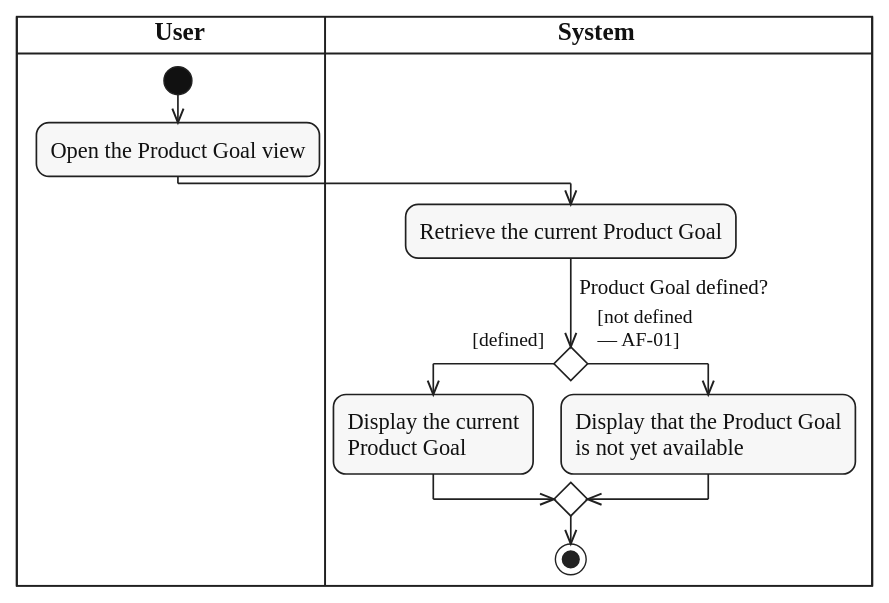
Before: diagrams/activity/product-backlog/svg/UC-PRODUCT-GOAL-VIEW.svg, a diagram exported from PlantUML (lukenab/swd392-doc-automation). Its source is kept beside it as diagrams/activity/product-backlog/source/UC-PRODUCT-GOAL-VIEW.puml.
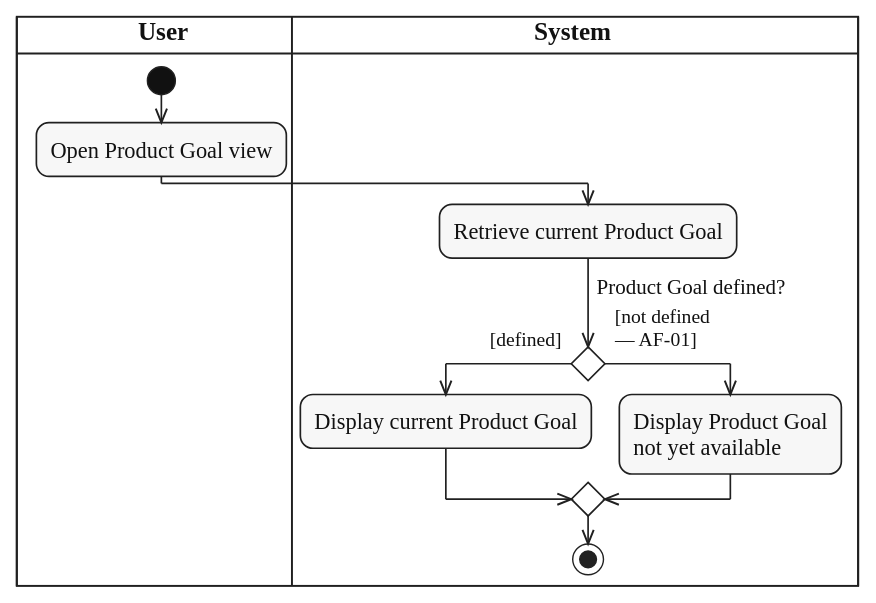
After the change.

What changed in the source:
```diff
@@ -6,15 +6,14 @@
 
 |USR|
 start
-:Open the Product Goal view;
+:Open Product Goal view;
 |SYS|
-:Retrieve the current Product Goal;
+:Retrieve current Product Goal;
 if ($question("Product Goal defined?")) then ($guard_left("[defined]"))
-  :Display the current
-  Product Goal;
+  :Display current Product Goal;
 else ($guard_right("[not defined", "— AF-01]"))
-  :Display that the Product Goal
-  is not yet available;
+  :Display Product Goal
+  not yet available;
 endif
 stop
 @enduml
```
